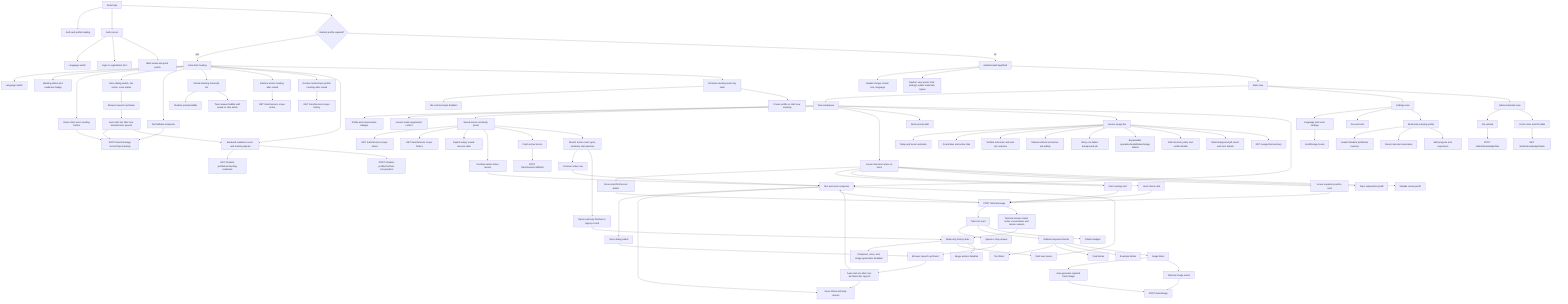
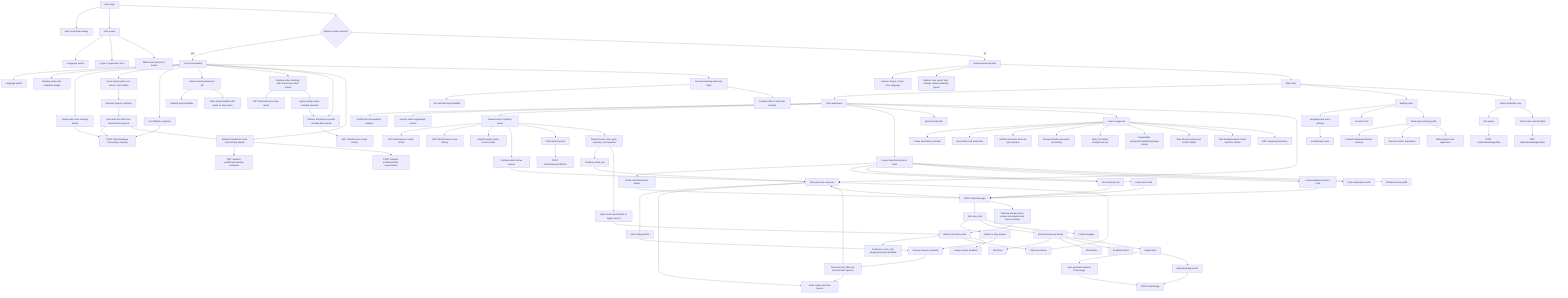
flowchart TB
  App[React App] --> Loading[Auth and profile loading]
  App --> Auth[Auth screen]
  Auth --> AuthLang[Language switch]
  Auth --> AuthForm[Login or registration form]
  Auth --> AuthVisual[Math visual and proof points]

  App --> FirstMeeting{Student profile required?}
  FirstMeeting -->|yes| Meeting[Voice-first meeting]
  Meeting --> MeetingLang[Language switch]
  Meeting --> MeetingStatus[Meeting status and readiness badge]
  Meeting --> VoiceStart[Green start voice meeting button]
  Meeting --> MeetingVoice[Voice dialog switch, mic action, voice status]
  MeetingVoice --> MeetingSpeech[Browser speech synthesis]
  MeetingSpeech --> MeetingAutoMic[Auto-start mic after non-terminal tutor speech]
  Meeting --> TextFallback[Text fallback composer]
  Meeting --> MeetingTranscript[Stored meeting transcript list]
  MeetingTranscript --> StudentBubble[Student prompt bubble]
  MeetingTranscript --> TutorBubble[Tutor answer bubble with speak or stop action]
-   Meeting --> MeetingHydration[Restore active meeting after reload]
+   Meeting --> MeetingHydration[Restore active meeting with stored turns after reload]
  MeetingHydration --> ActiveMeetingApi[GET /tutor/lessons scope active]
+   MeetingHydration --> EmptyActiveMeeting[Ignore empty active meeting sessions]
+   EmptyActiveMeeting --> TerminalMeetingHydration
  Meeting --> TerminalMeetingHydration[Restore terminal pre-profile meeting after reload]
  TerminalMeetingHydration --> HistoricalMeetingApi[GET /tutor/lessons scope history]
  Meeting --> MeetingReadiness[Backend readiness score and missing signals]
  MeetingReadiness --> MeetingReadinessApi[GET /student-profile/me/meeting-readiness]
  Meeting --> TerminalMeeting[Terminal meeting read-only state]
  TerminalMeeting --> DisabledMeetingInput[Mic and text input disabled]
  TerminalMeeting --> ProfileOrRestart[Create profile or start new meeting]
  VoiceStart --> MeetingTutorApi[POST /tutor/message lessonType meeting]
  TextFallback --> MeetingTutorApi
  MeetingAutoMic --> MeetingTutorApi
  MeetingAutoMic --> MeetingReadiness
  MeetingReadiness --> ProfileApi[POST /student-profile/me/from-conversation]

  FirstMeeting -->|no| Shell[Authenticated AppShell]
  Shell --> Header[Header: burger, brand, role, language]
  Shell --> Navbar[Navbar: user panel, tutor, settings, admin materials, logout]
  Shell --> Main[Main view]

  Main --> Tutor[Tutor workspace]
  Tutor --> TutorStatus[Profile and conversation badges]
  Tutor --> LessonMode[Lesson mode segmented control]
  Tutor --> LessonHistory[Saved lesson continuity panel]
  LessonHistory --> ActiveHistoryApi[GET /tutor/lessons scope active]
  LessonHistory --> ArchivedHistoryApi[GET /tutor/lessons scope history]
  LessonHistory --> EmptyHistory[Explicit empty saved-lessons state]
  LessonHistory --> ResumeLatest[Continue latest active lesson]
  LessonHistory --> FinishLesson[Finish active lesson]
  FinishLesson --> FinishApi[POST /tutor/lessons/:id/finish]
  LessonHistory --> HistoryRows[Recent lesson rows: goal, summary, last question]
  HistoryRows --> ContinueActive[Continue active row]
  HistoryRows --> OpenRecord[Open read-only finished or legacy record]
  ResumeLatest --> Composer
  ContinueActive --> Composer
  OpenRecord --> ReadOnlyState[Read-only history state]
  ReadOnlyState --> DisabledComposer[Composer, voice, and image generation disabled]
  ReadOnlyState --> NewLessonFromHistory[Start new lesson]
  NewLessonFromHistory --> Composer
  Tutor --> LessonLauncher[Lesson launcher when no turns]
  LessonLauncher --> StartFirst[Green start first lesson button]
  LessonLauncher --> MeetingCard[First meeting card]
  LessonLauncher --> DiagnosticCard[Level check card]
  LessonLauncher --> PracticeCard[Linear equation practice card]
  LessonLauncher --> TopicCard[Topic explanation prefill]
  LessonLauncher --> MistakeCard[Mistake review prefill]
  StartFirst --> TutorApi[POST /tutor/message]
  MeetingCard --> TutorApi
  DiagnosticCard --> TutorApi
  PracticeCard --> TutorApi
  Tutor --> QuickPrompts[Quick prompt pills]
  Tutor --> UsageBar[Lesson usage bar]
  UsageBar --> UsageSummary[Today and lesson estimate]
  UsageBar --> GoalStatus[Goal status and active time]
  UsageBar --> VerifiedOutcome[Verified outcomes and cost per outcome]
  UsageBar --> UsageRefresh[Manual refresh and active-job polling]
  UsageBar --> BackgroundRetry[Retry one failed background job]
  UsageBar --> UsageDetails[Expandable operation/model/token/image details]
  UsageBar --> DecisionDetails[Safe decision policy and verifier details]
  UsageBar --> BackgroundJobDetails[Safe background job result and error details]
  UsageBar --> UsageApi[GET /usage/me/summary]
  Tutor --> Composer[Text and voice composer]
  Composer --> VoiceOutput[Voice dialog switch]
  Composer --> VoiceStatus[Voice status and stop reason]
  VoiceOutput --> SpeechSynthesis[Browser speech synthesis]
  SpeechSynthesis --> AutoMic[Auto-start mic after non-terminal tutor speech]
  AutoMic --> VoiceStatus
  AutoMic --> Composer
  Composer --> TutorApi[POST /tutor/message]
  TutorApi --> TurnCard[Tutor turn card]
  TutorApi --> TerminalBoundary[Terminal answer clears active conversation and lesson session]
  TerminalBoundary --> ReadOnlyState
  TurnCard --> SpeakAction[Speak or stop answer]
  SpeakAction --> SpeechSynthesis
  TurnCard --> Blocks[Ordered response blocks]
  Blocks --> Explanation[Text block]
  Blocks --> Tasks[Task blocks]
  Blocks --> Examples[Example blocks]
  Blocks --> ImageBlock[Image block]
  TurnCard --> Citations[Citation badges]
  ImageBlock --> AutoImage[Auto-generate required fresh image]
  ImageBlock --> ImageAction[Optional image action]
  ReadOnlyState --> ImageDisabled[Image actions disabled]
  AutoImage --> ImageApi
  ImageAction --> ImageApi[POST /tutor/image]

  Main --> Settings[Settings view]
  Settings --> Interface[Language and voice settings]
  Settings --> Account[Account facts]
  Settings --> Profile[Read-only learning profile]
  Interface --> LocaleStore[localStorage locale]
  Profile --> ProfileMemory[Loaded /student-profile/me memory]
  Profile --> SessionMemory[Recent session summaries]
  Profile --> SkillMemory[Skill progress and regression]

  Main --> Knowledge[Admin materials view]
  Knowledge --> Upload[File upload]
  Knowledge --> Status[Vector store and file table]
  Upload --> KnowledgeApi[POST /admin/knowledge/files]
  Status --> StatusApi[GET /admin/knowledge/status]
